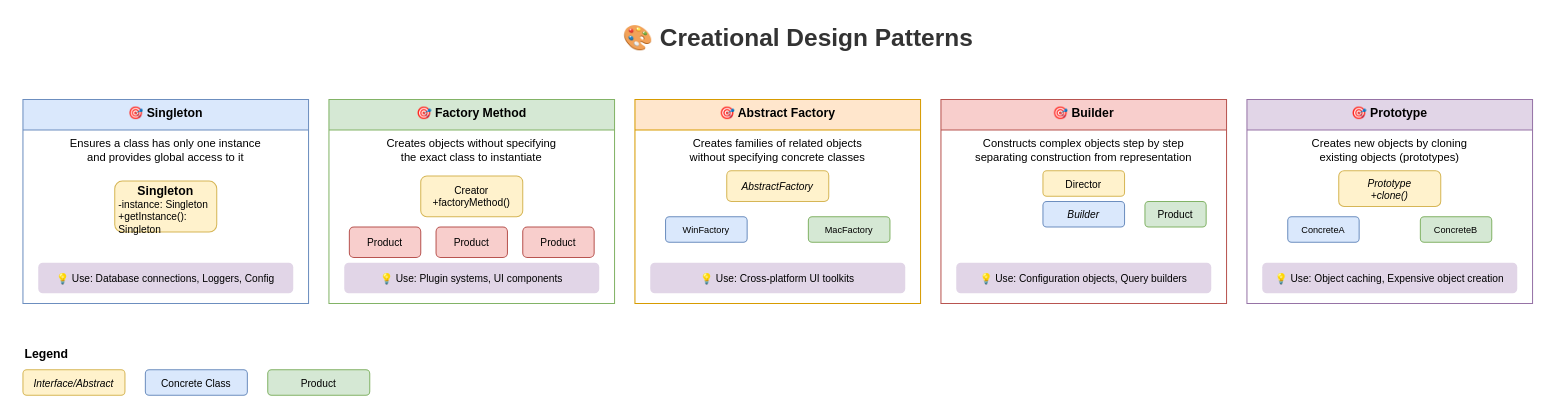
Before: lesson-01-software-design-architecture/01-design-patterns/1.1-creational-patterns-overview.drawio in MrParkerZ7/document-lesson-software-architect-x-claude, a draw.io diagram. Source tidied: cells renumbered, new cells numbered last; positions are measured from the earlier drawing's top-left corner, leaving out a move shared by most shapes. Both pictures are drawn from the tidied source at 102%, with x=0, y=0 at pixel (22, 17).
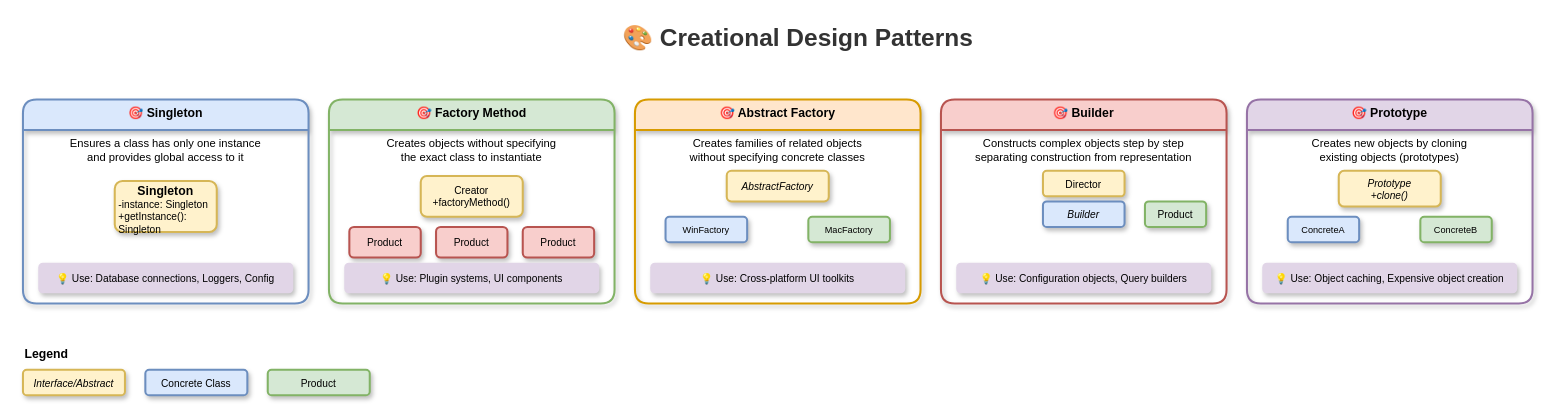
The same page after the edit.

Diff of the diagram source:
```diff
@@
-    <mxCell id="3" value="🎯 Singleton" style="swimlane;fontStyle=1;align=center;verticalAlign=top;horizontal=1;startSize=30;fillColor=#dae8fc;strokeColor=#6c8ebf;" parent="1" vertex="1">
+    <mxCell id="3" value="🎯 Singleton" style="swimlane;fontStyle=1;align=center;verticalAlign=top;horizontal=1;startSize=30;fillColor=#dae8fc;strokeColor=#6c8ebf;shadow=1;strokeWidth=2;rounded=1;" parent="1" vertex="1">
       <mxGeometry y="80" width="280" height="200" as="geometry" />
     </mxCell>
@@
-    <mxCell id="5" style="rounded=1;whiteSpace=wrap;html=1;fillColor=#fff2cc;strokeColor=#d6b656;" parent="3" vertex="1">
+    <mxCell id="5" style="rounded=1;whiteSpace=wrap;html=1;fillColor=#fff2cc;strokeColor=#d6b656;shadow=1;strokeWidth=2;" parent="3" vertex="1">
       <mxGeometry x="90" y="80" width="100" height="50" as="geometry" />
     </mxCell>
@@
-    <mxCell id="8" value="💡 Use: Database connections, Loggers, Config" style="text;html=1;strokeColor=none;fillColor=#e1d5e7;align=center;verticalAlign=middle;whiteSpace=wrap;rounded=1;fontSize=10;strokeWidth=1;" parent="3" vertex="1">
+    <mxCell id="8" value="💡 Use: Database connections, Loggers, Config" style="text;html=1;strokeColor=none;fillColor=#e1d5e7;align=center;verticalAlign=middle;whiteSpace=wrap;rounded=1;fontSize=10;shadow=1;strokeWidth=2;" parent="3" vertex="1">
       <mxGeometry x="15" y="160" width="250" height="30" as="geometry" />
     </mxCell>
-    <mxCell id="9" value="🎯 Factory Method" style="swimlane;fontStyle=1;align=center;verticalAlign=top;horizontal=1;startSize=30;fillColor=#d5e8d4;strokeColor=#82b366;" parent="1" vertex="1">
+    <mxCell id="9" value="🎯 Factory Method" style="swimlane;fontStyle=1;align=center;verticalAlign=top;horizontal=1;startSize=30;fillColor=#d5e8d4;strokeColor=#82b366;shadow=1;strokeWidth=2;rounded=1;" parent="1" vertex="1">
       <mxGeometry x="300" y="80" width="280" height="200" as="geometry" />
     </mxCell>
@@
-    <mxCell id="11" value="Creator&#10;+factoryMethod()" style="rounded=1;whiteSpace=wrap;html=1;fillColor=#fff2cc;strokeColor=#d6b656;fontSize=10;" parent="9" vertex="1">
+    <mxCell id="11" value="Creator&#10;+factoryMethod()" style="rounded=1;whiteSpace=wrap;html=1;fillColor=#fff2cc;strokeColor=#d6b656;shadow=1;strokeWidth=2;fontSize=10;" parent="9" vertex="1">
       <mxGeometry x="90" y="75" width="100" height="40" as="geometry" />
     </mxCell>
-    <mxCell id="12" value="Product" style="rounded=1;whiteSpace=wrap;html=1;fillColor=#f8cecc;strokeColor=#b85450;fontSize=10;" parent="9" vertex="1">
+    <mxCell id="12" value="Product" style="rounded=1;whiteSpace=wrap;html=1;fillColor=#f8cecc;strokeColor=#b85450;shadow=1;strokeWidth=2;fontSize=10;" parent="9" vertex="1">
       <mxGeometry x="20" y="125" width="70" height="30" as="geometry" />
     </mxCell>
-    <mxCell id="13" value="Product" style="rounded=1;whiteSpace=wrap;html=1;fillColor=#f8cecc;strokeColor=#b85450;fontSize=10;" parent="9" vertex="1">
+    <mxCell id="13" value="Product" style="rounded=1;whiteSpace=wrap;html=1;fillColor=#f8cecc;strokeColor=#b85450;shadow=1;strokeWidth=2;fontSize=10;" parent="9" vertex="1">
       <mxGeometry x="105" y="125" width="70" height="30" as="geometry" />
     </mxCell>
-    <mxCell id="14" value="Product" style="rounded=1;whiteSpace=wrap;html=1;fillColor=#f8cecc;strokeColor=#b85450;fontSize=10;" parent="9" vertex="1">
+    <mxCell id="14" value="Product" style="rounded=1;whiteSpace=wrap;html=1;fillColor=#f8cecc;strokeColor=#b85450;shadow=1;strokeWidth=2;fontSize=10;" parent="9" vertex="1">
       <mxGeometry x="190" y="125" width="70" height="30" as="geometry" />
     </mxCell>
-    <mxCell id="15" value="💡 Use: Plugin systems, UI components" style="text;html=1;strokeColor=none;fillColor=#e1d5e7;align=center;verticalAlign=middle;whiteSpace=wrap;rounded=1;fontSize=10;strokeWidth=1;" parent="9" vertex="1">
+    <mxCell id="15" value="💡 Use: Plugin systems, UI components" style="text;html=1;strokeColor=none;fillColor=#e1d5e7;align=center;verticalAlign=middle;whiteSpace=wrap;rounded=1;fontSize=10;shadow=1;strokeWidth=2;" parent="9" vertex="1">
       <mxGeometry x="15" y="160" width="250" height="30" as="geometry" />
     </mxCell>
-    <mxCell id="16" value="🎯 Abstract Factory" style="swimlane;fontStyle=1;align=center;verticalAlign=top;horizontal=1;startSize=30;fillColor=#ffe6cc;strokeColor=#d79b00;" parent="1" vertex="1">
+    <mxCell id="16" value="🎯 Abstract Factory" style="swimlane;fontStyle=1;align=center;verticalAlign=top;horizontal=1;startSize=30;fillColor=#ffe6cc;strokeColor=#d79b00;shadow=1;strokeWidth=2;rounded=1;" parent="1" vertex="1">
       <mxGeometry x="600" y="80" width="280" height="200" as="geometry" />
     </mxCell>
@@
-    <mxCell id="18" value="AbstractFactory" style="rounded=1;whiteSpace=wrap;html=1;fillColor=#fff2cc;strokeColor=#d6b656;fontSize=10;fontStyle=2;" parent="16" vertex="1">
+    <mxCell id="18" value="AbstractFactory" style="rounded=1;whiteSpace=wrap;html=1;fillColor=#fff2cc;strokeColor=#d6b656;shadow=1;strokeWidth=2;fontSize=10;fontStyle=2;" parent="16" vertex="1">
       <mxGeometry x="90" y="70" width="100" height="30" as="geometry" />
     </mxCell>
-    <mxCell id="19" value="WinFactory" style="rounded=1;whiteSpace=wrap;html=1;fillColor=#dae8fc;strokeColor=#6c8ebf;fontSize=9;" parent="16" vertex="1">
+    <mxCell id="19" value="WinFactory" style="rounded=1;whiteSpace=wrap;html=1;fillColor=#dae8fc;strokeColor=#6c8ebf;shadow=1;strokeWidth=2;fontSize=9;" parent="16" vertex="1">
       <mxGeometry x="30" y="115" width="80" height="25" as="geometry" />
     </mxCell>
-    <mxCell id="20" value="MacFactory" style="rounded=1;whiteSpace=wrap;html=1;fillColor=#d5e8d4;strokeColor=#82b366;fontSize=9;" parent="16" vertex="1">
+    <mxCell id="20" value="MacFactory" style="rounded=1;whiteSpace=wrap;html=1;fillColor=#d5e8d4;strokeColor=#82b366;shadow=1;strokeWidth=2;fontSize=9;" parent="16" vertex="1">
       <mxGeometry x="170" y="115" width="80" height="25" as="geometry" />
     </mxCell>
-    <mxCell id="21" value="💡 Use: Cross-platform UI toolkits" style="text;html=1;strokeColor=none;fillColor=#e1d5e7;align=center;verticalAlign=middle;whiteSpace=wrap;rounded=1;fontSize=10;strokeWidth=1;" parent="16" vertex="1">
+    <mxCell id="21" value="💡 Use: Cross-platform UI toolkits" style="text;html=1;strokeColor=none;fillColor=#e1d5e7;align=center;verticalAlign=middle;whiteSpace=wrap;rounded=1;fontSize=10;shadow=1;strokeWidth=2;" parent="16" vertex="1">
       <mxGeometry x="15" y="160" width="250" height="30" as="geometry" />
     </mxCell>
-    <mxCell id="22" value="🎯 Builder" style="swimlane;fontStyle=1;align=center;verticalAlign=top;horizontal=1;startSize=30;fillColor=#f8cecc;strokeColor=#b85450;" parent="1" vertex="1">
+    <mxCell id="22" value="🎯 Builder" style="swimlane;fontStyle=1;align=center;verticalAlign=top;horizontal=1;startSize=30;fillColor=#f8cecc;strokeColor=#b85450;shadow=1;strokeWidth=2;rounded=1;" parent="1" vertex="1">
       <mxGeometry x="900" y="80" width="280" height="200" as="geometry" />
     </mxCell>
@@
-    <mxCell id="24" value="Director" style="rounded=1;whiteSpace=wrap;html=1;fillColor=#fff2cc;strokeColor=#d6b656;fontSize=10;" parent="22" vertex="1">
+    <mxCell id="24" value="Director" style="rounded=1;whiteSpace=wrap;html=1;fillColor=#fff2cc;strokeColor=#d6b656;shadow=1;strokeWidth=2;fontSize=10;" parent="22" vertex="1">
       <mxGeometry x="100" y="70" width="80" height="25" as="geometry" />
     </mxCell>
-    <mxCell id="25" value="Builder" style="rounded=1;whiteSpace=wrap;html=1;fillColor=#dae8fc;strokeColor=#6c8ebf;fontSize=10;fontStyle=2;" parent="22" vertex="1">
+    <mxCell id="25" value="Builder" style="rounded=1;whiteSpace=wrap;html=1;fillColor=#dae8fc;strokeColor=#6c8ebf;shadow=1;strokeWidth=2;fontSize=10;fontStyle=2;" parent="22" vertex="1">
       <mxGeometry x="100" y="100" width="80" height="25" as="geometry" />
     </mxCell>
-    <mxCell id="26" value="Product" style="rounded=1;whiteSpace=wrap;html=1;fillColor=#d5e8d4;strokeColor=#82b366;fontSize=10;" parent="22" vertex="1">
+    <mxCell id="26" value="Product" style="rounded=1;whiteSpace=wrap;html=1;fillColor=#d5e8d4;strokeColor=#82b366;shadow=1;strokeWidth=2;fontSize=10;" parent="22" vertex="1">
       <mxGeometry x="200" y="100" width="60" height="25" as="geometry" />
     </mxCell>
-    <mxCell id="27" value="💡 Use: Configuration objects, Query builders" style="text;html=1;strokeColor=none;fillColor=#e1d5e7;align=center;verticalAlign=middle;whiteSpace=wrap;rounded=1;fontSize=10;strokeWidth=1;" parent="22" vertex="1">
+    <mxCell id="27" value="💡 Use: Configuration objects, Query builders" style="text;html=1;strokeColor=none;fillColor=#e1d5e7;align=center;verticalAlign=middle;whiteSpace=wrap;rounded=1;fontSize=10;shadow=1;strokeWidth=2;" parent="22" vertex="1">
       <mxGeometry x="15" y="160" width="250" height="30" as="geometry" />
     </mxCell>
-    <mxCell id="28" value="🎯 Prototype" style="swimlane;fontStyle=1;align=center;verticalAlign=top;horizontal=1;startSize=30;fillColor=#e1d5e7;strokeColor=#9673a6;" parent="1" vertex="1">
+    <mxCell id="28" value="🎯 Prototype" style="swimlane;fontStyle=1;align=center;verticalAlign=top;horizontal=1;startSize=30;fillColor=#e1d5e7;strokeColor=#9673a6;shadow=1;strokeWidth=2;rounded=1;" parent="1" vertex="1">
       <mxGeometry x="1200" y="80" width="280" height="200" as="geometry" />
     </mxCell>
@@
-    <mxCell id="30" value="Prototype&#10;+clone()" style="rounded=1;whiteSpace=wrap;html=1;fillColor=#fff2cc;strokeColor=#d6b656;fontSize=10;fontStyle=2;" parent="28" vertex="1">
+    <mxCell id="30" value="Prototype&#10;+clone()" style="rounded=1;whiteSpace=wrap;html=1;fillColor=#fff2cc;strokeColor=#d6b656;shadow=1;strokeWidth=2;fontSize=10;fontStyle=2;" parent="28" vertex="1">
       <mxGeometry x="90" y="70" width="100" height="35" as="geometry" />
     </mxCell>
-    <mxCell id="31" value="ConcreteA" style="rounded=1;whiteSpace=wrap;html=1;fillColor=#dae8fc;strokeColor=#6c8ebf;fontSize=9;" parent="28" vertex="1">
+    <mxCell id="31" value="ConcreteA" style="rounded=1;whiteSpace=wrap;html=1;fillColor=#dae8fc;strokeColor=#6c8ebf;shadow=1;strokeWidth=2;fontSize=9;" parent="28" vertex="1">
       <mxGeometry x="40" y="115" width="70" height="25" as="geometry" />
     </mxCell>
-    <mxCell id="32" value="ConcreteB" style="rounded=1;whiteSpace=wrap;html=1;fillColor=#d5e8d4;strokeColor=#82b366;fontSize=9;" parent="28" vertex="1">
+    <mxCell id="32" value="ConcreteB" style="rounded=1;whiteSpace=wrap;html=1;fillColor=#d5e8d4;strokeColor=#82b366;shadow=1;strokeWidth=2;fontSize=9;" parent="28" vertex="1">
       <mxGeometry x="170" y="115" width="70" height="25" as="geometry" />
     </mxCell>
-    <mxCell id="33" value="💡 Use: Object caching, Expensive object creation" style="text;html=1;strokeColor=none;fillColor=#e1d5e7;align=center;verticalAlign=middle;whiteSpace=wrap;rounded=1;fontSize=10;strokeWidth=1;" parent="28" vertex="1">
+    <mxCell id="33" value="💡 Use: Object caching, Expensive object creation" style="text;html=1;strokeColor=none;fillColor=#e1d5e7;align=center;verticalAlign=middle;whiteSpace=wrap;rounded=1;fontSize=10;shadow=1;strokeWidth=2;" parent="28" vertex="1">
       <mxGeometry x="15" y="160" width="250" height="30" as="geometry" />
     </mxCell>
@@
-    <mxCell id="35" value="Interface/Abstract" style="rounded=1;whiteSpace=wrap;html=1;fillColor=#fff2cc;strokeColor=#d6b656;fontSize=10;fontStyle=2;" parent="1" vertex="1">
+    <mxCell id="35" value="Interface/Abstract" style="rounded=1;whiteSpace=wrap;html=1;fillColor=#fff2cc;strokeColor=#d6b656;shadow=1;strokeWidth=2;fontSize=10;fontStyle=2;" parent="1" vertex="1">
       <mxGeometry y="345" width="100" height="25" as="geometry" />
     </mxCell>
-    <mxCell id="36" value="Concrete Class" style="rounded=1;whiteSpace=wrap;html=1;fillColor=#dae8fc;strokeColor=#6c8ebf;fontSize=10;" parent="1" vertex="1">
+    <mxCell id="36" value="Concrete Class" style="rounded=1;whiteSpace=wrap;html=1;fillColor=#dae8fc;strokeColor=#6c8ebf;shadow=1;strokeWidth=2;fontSize=10;" parent="1" vertex="1">
       <mxGeometry x="120" y="345" width="100" height="25" as="geometry" />
     </mxCell>
-    <mxCell id="37" value="Product" style="rounded=1;whiteSpace=wrap;html=1;fillColor=#d5e8d4;strokeColor=#82b366;fontSize=10;" parent="1" vertex="1">
+    <mxCell id="37" value="Product" style="rounded=1;whiteSpace=wrap;html=1;fillColor=#d5e8d4;strokeColor=#82b366;shadow=1;strokeWidth=2;fontSize=10;" parent="1" vertex="1">
       <mxGeometry x="240" y="345" width="100" height="25" as="geometry" />
     </mxCell>
```
